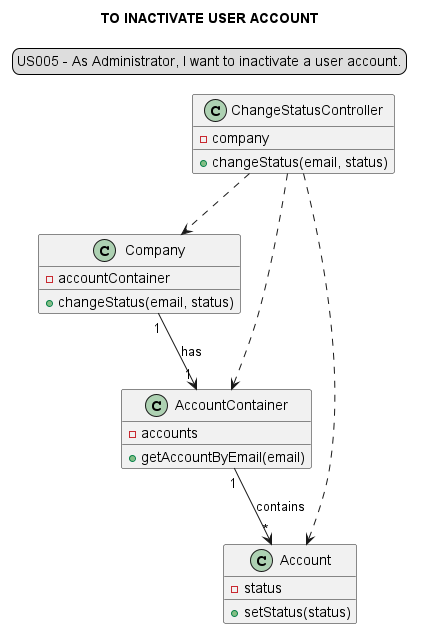
Before: docs/modelling_design/user_stories/sprint01/us005/US005_classDiagram-TO_INACTIVATE_USER_ACCOUNT.png, a diagram exported from PlantUML (Loracline/project_switch_22-23).
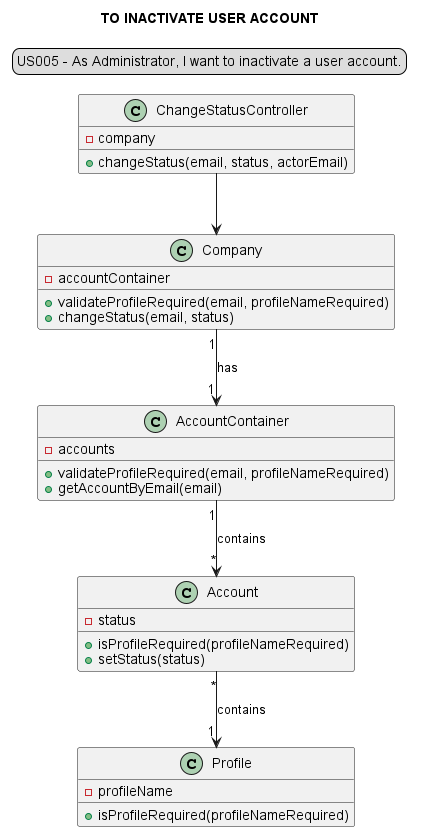
The same diagram one commit later.

Change to the diagram source:
```diff
@@ -6,30 +6,39 @@
 skinparam sequenceMessageAlign center
 title TO INACTIVATE USER ACCOUNT
 
-"ChangeStatusController"  ..> "Company"
-"ChangeStatusController" ..> "AccountContainer"
-"ChangeStatusController" ..> "Account"
-"Company" "1"-->"1" "AccountContainer": has
-"AccountContainer" "1"-->"*" "Account": contains
 
 class "ChangeStatusController" {
 -company
-+changeStatus(email, status)
++changeStatus(email, status, actorEmail)
 }
 
 class "Company" {
 -accountContainer
++validateProfileRequired(email, profileNameRequired)
 +changeStatus(email, status)
 }
 
 class "AccountContainer" {
 -accounts
++validateProfileRequired(email, profileNameRequired)
 +getAccountByEmail(email)
 }
 
 class "Account" {
 -status
-+setStatus(status)
++ isProfileRequired(profileNameRequired)
++ setStatus(status)
+}
+class "Profile"{
+-profileName
++isProfileRequired(profileNameRequired)
 }
 
+
+"ChangeStatusController" --> "Company"
+"Company" "1"-->"1" "AccountContainer": has
+"AccountContainer" "1"-->"*" "Account": contains
+"Account" "*"--> "1""Profile": contains
+
+
 @enduml
```
